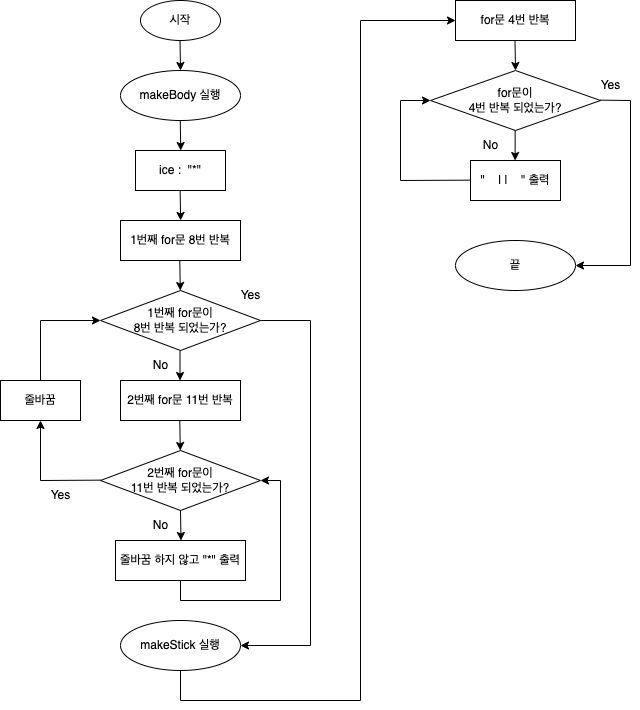
This is CodeStarterCamp_Week1/makeIcecream 순서도.png from yagom-academy/swift-starter-Round1, a draw.io export, as it was before one commit. Source tidied: cells renumbered, new cells last; positions are measured from the earlier drawing's top-left corner, leaving out a move shared by most shapes. The source it was exported from:
```xml
<mxGraphModel>
  <root>
    <mxCell id="0" />
    <mxCell id="1" parent="0" />
    <mxCell id="2" style="endArrow=classic;html=1;rounded=0;" parent="1" edge="1">
      <mxGeometry relative="1" as="geometry">
        <mxPoint x="179.5" y="40" as="sourcePoint" />
        <mxPoint x="180" y="70" as="targetPoint" />
      </mxGeometry>
    </mxCell>
    <mxCell id="3" style="endArrow=classic;html=1;rounded=0;" parent="1" edge="1">
      <mxGeometry relative="1" as="geometry">
        <mxPoint x="179.6" y="190" as="sourcePoint" />
        <mxPoint x="180.1" y="220" as="targetPoint" />
      </mxGeometry>
    </mxCell>
    <mxCell id="4" value="1번째 for문이 &lt;br&gt;8번 반복 되었는가?" style="rhombus;whiteSpace=wrap;html=1;" parent="1" vertex="1">
      <mxGeometry x="100" y="290" width="160" height="60" as="geometry" />
    </mxCell>
    <mxCell id="5" value="ice :&amp;nbsp; &quot;*&quot;" style="rounded=0;whiteSpace=wrap;html=1;" parent="1" vertex="1">
      <mxGeometry x="135" y="150" width="90" height="40" as="geometry" />
    </mxCell>
    <mxCell id="6" value="시작" style="ellipse;whiteSpace=wrap;html=1;" parent="1" vertex="1">
      <mxGeometry x="140" width="80" height="40" as="geometry" />
    </mxCell>
    <mxCell id="7" value="Yes" style="text;html=1;align=center;verticalAlign=middle;strokeColor=none;fillColor=none;" parent="1" vertex="1">
      <mxGeometry x="230" y="280" width="40" height="30" as="geometry" />
    </mxCell>
    <mxCell id="8" value="No" style="text;html=1;align=center;verticalAlign=middle;strokeColor=none;fillColor=none;" parent="1" vertex="1">
      <mxGeometry x="140" y="350" width="40" height="30" as="geometry" />
    </mxCell>
    <mxCell id="9" value="2번째 for문 11번 반복" style="rounded=0;whiteSpace=wrap;html=1;" parent="1" vertex="1">
      <mxGeometry x="120" y="380" width="120" height="40" as="geometry" />
    </mxCell>
    <mxCell id="10" style="endArrow=classic;html=1;rounded=0;" parent="1" edge="1">
      <mxGeometry relative="1" as="geometry">
        <mxPoint x="179.5" y="350" as="sourcePoint" />
        <mxPoint x="179.5" y="380" as="targetPoint" />
      </mxGeometry>
    </mxCell>
    <mxCell id="11" value="makeStick 실행" style="ellipse;whiteSpace=wrap;html=1;" parent="1" vertex="1">
      <mxGeometry x="120" y="620" width="120" height="50" as="geometry" />
    </mxCell>
    <mxCell id="12" style="endArrow=classic;html=1;rounded=0;" parent="1" edge="1">
      <mxGeometry relative="1" as="geometry">
        <mxPoint x="514.5" y="40" as="sourcePoint" />
        <mxPoint x="515" y="70" as="targetPoint" />
      </mxGeometry>
    </mxCell>
    <mxCell id="13" value="for문이 &lt;br&gt;4번 반복 되었는가?" style="rhombus;whiteSpace=wrap;html=1;" parent="1" vertex="1">
      <mxGeometry x="430" y="70" width="170" height="60" as="geometry" />
    </mxCell>
    <mxCell id="14" value="for문 4번 반복" style="rounded=0;whiteSpace=wrap;html=1;" parent="1" vertex="1">
      <mxGeometry x="455" width="120" height="40" as="geometry" />
    </mxCell>
    <mxCell id="15" value="No" style="text;html=1;align=center;verticalAlign=middle;strokeColor=none;fillColor=none;" parent="1" vertex="1">
      <mxGeometry x="470" y="130" width="40" height="30" as="geometry" />
    </mxCell>
    <mxCell id="16" value="Yes" style="text;html=1;align=center;verticalAlign=middle;strokeColor=none;fillColor=none;" parent="1" vertex="1">
      <mxGeometry x="590" y="70" width="40" height="30" as="geometry" />
    </mxCell>
    <mxCell id="17" value="&quot;&amp;nbsp; &amp;nbsp; | |&amp;nbsp; &amp;nbsp; &quot; 출력" style="rounded=0;whiteSpace=wrap;html=1;" parent="1" vertex="1">
      <mxGeometry x="470" y="160" width="90" height="40" as="geometry" />
    </mxCell>
    <mxCell id="18" style="endArrow=classic;html=1;rounded=0;" parent="1" edge="1">
      <mxGeometry relative="1" as="geometry">
        <mxPoint x="514.6" y="130" as="sourcePoint" />
        <mxPoint x="514.6" y="160" as="targetPoint" />
      </mxGeometry>
    </mxCell>
    <mxCell id="19" value="끝" style="ellipse;whiteSpace=wrap;html=1;" parent="1" vertex="1">
      <mxGeometry x="455" y="240" width="120" height="50" as="geometry" />
    </mxCell>
    <mxCell id="20" value="makeBody 실행" style="ellipse;whiteSpace=wrap;html=1;" parent="1" vertex="1">
      <mxGeometry x="120" y="70" width="120" height="50" as="geometry" />
    </mxCell>
    <mxCell id="21" style="endArrow=classic;html=1;rounded=0;" parent="1" edge="1">
      <mxGeometry relative="1" as="geometry">
        <mxPoint x="179.8" y="120" as="sourcePoint" />
        <mxPoint x="180.2" y="150" as="targetPoint" />
      </mxGeometry>
    </mxCell>
    <mxCell id="22" style="endArrow=classic;html=1;rounded=0;entryX=1;entryY=0.5;entryDx=0;entryDy=0;" parent="1" edge="1" target="11">
      <mxGeometry relative="1" as="geometry">
        <mxPoint x="260" y="320" as="sourcePoint" />
        <Array as="points">
          <mxPoint x="260" y="320" />
          <mxPoint x="310" y="320" />
          <mxPoint x="310" y="645" />
        </Array>
      </mxGeometry>
    </mxCell>
    <mxCell id="23" style="endArrow=classic;html=1;rounded=0;" parent="1" edge="1">
      <mxGeometry relative="1" as="geometry">
        <mxPoint x="179.3" y="420" as="sourcePoint" />
        <mxPoint x="179.8" y="450" as="targetPoint" />
      </mxGeometry>
    </mxCell>
    <mxCell id="24" value="2번째 for문이&lt;br&gt;11번 반복 되었는가?" style="rhombus;whiteSpace=wrap;html=1;" parent="1" vertex="1">
      <mxGeometry x="100" y="450" width="160" height="60" as="geometry" />
    </mxCell>
    <mxCell id="25" value="줄바꿈 하지 않고 &quot;*&quot; 출력" style="rounded=0;whiteSpace=wrap;html=1;" parent="1" vertex="1">
      <mxGeometry x="115" y="540" width="130" height="40" as="geometry" />
    </mxCell>
    <mxCell id="26" style="endArrow=classic;html=1;rounded=0;" parent="1" edge="1">
      <mxGeometry relative="1" as="geometry">
        <mxPoint x="180" y="510" as="sourcePoint" />
        <mxPoint x="180.5" y="540" as="targetPoint" />
      </mxGeometry>
    </mxCell>
    <mxCell id="27" value="No" style="text;html=1;align=center;verticalAlign=middle;strokeColor=none;fillColor=none;" parent="1" vertex="1">
      <mxGeometry x="140" y="510" width="40" height="30" as="geometry" />
    </mxCell>
    <mxCell id="28" style="endArrow=classic;html=1;rounded=0;entryX=0.5;entryY=1;entryDx=0;entryDy=0;" parent="1" edge="1" target="29">
      <mxGeometry relative="1" as="geometry">
        <mxPoint x="100" y="479.6" as="sourcePoint" />
        <Array as="points">
          <mxPoint x="40" y="480" />
        </Array>
      </mxGeometry>
    </mxCell>
    <mxCell id="29" value="줄바꿈" style="rounded=0;whiteSpace=wrap;html=1;" parent="1" vertex="1">
      <mxGeometry y="380" width="80" height="40" as="geometry" />
    </mxCell>
    <mxCell id="30" value="Yes" style="text;html=1;align=center;verticalAlign=middle;strokeColor=none;fillColor=none;" parent="1" vertex="1">
      <mxGeometry x="40" y="480" width="40" height="30" as="geometry" />
    </mxCell>
    <mxCell id="31" style="endArrow=classic;html=1;rounded=0;entryX=0;entryY=0.5;entryDx=0;entryDy=0;" parent="1" edge="1" target="4">
      <mxGeometry relative="1" as="geometry">
        <mxPoint x="40" y="380" as="sourcePoint" />
        <Array as="points">
          <mxPoint x="40" y="320" />
        </Array>
      </mxGeometry>
    </mxCell>
    <mxCell id="32" value="1번째 for문 8번 반복" style="rounded=0;whiteSpace=wrap;html=1;" parent="1" vertex="1">
      <mxGeometry x="120" y="220" width="120" height="40" as="geometry" />
    </mxCell>
    <mxCell id="33" style="endArrow=classic;html=1;rounded=0;" parent="1" edge="1">
      <mxGeometry relative="1" as="geometry">
        <mxPoint x="179.3" y="260" as="sourcePoint" />
        <mxPoint x="179.8" y="290" as="targetPoint" />
      </mxGeometry>
    </mxCell>
    <mxCell id="34" style="endArrow=classic;html=1;rounded=0;exitX=0.5;exitY=1;exitDx=0;exitDy=0;entryX=0;entryY=0.5;entryDx=0;entryDy=0;" parent="1" edge="1" source="11" target="14">
      <mxGeometry relative="1" as="geometry">
        <Array as="points">
          <mxPoint x="180" y="670" />
          <mxPoint x="180" y="700" />
          <mxPoint x="360" y="700" />
          <mxPoint x="360" y="20" />
        </Array>
      </mxGeometry>
    </mxCell>
    <mxCell id="35" style="endArrow=classic;html=1;rounded=0;exitX=0.5;exitY=1;exitDx=0;exitDy=0;entryX=1;entryY=0.5;entryDx=0;entryDy=0;" parent="1" edge="1" source="25" target="24">
      <mxGeometry relative="1" as="geometry">
        <Array as="points">
          <mxPoint x="180" y="600" />
          <mxPoint x="280" y="600" />
          <mxPoint x="280" y="480" />
        </Array>
      </mxGeometry>
    </mxCell>
    <mxCell id="36" style="endArrow=classic;html=1;rounded=0;entryX=1;entryY=0.5;entryDx=0;entryDy=0;" parent="1" edge="1" target="19">
      <mxGeometry relative="1" as="geometry">
        <mxPoint x="600" y="99.6" as="sourcePoint" />
        <Array as="points">
          <mxPoint x="630" y="100" />
          <mxPoint x="630" y="265" />
        </Array>
      </mxGeometry>
    </mxCell>
    <mxCell id="37" style="endArrow=classic;html=1;rounded=0;entryX=0;entryY=0.5;entryDx=0;entryDy=0;" parent="1" edge="1" target="13">
      <mxGeometry relative="1" as="geometry">
        <mxPoint x="470" y="179.6" as="sourcePoint" />
        <Array as="points">
          <mxPoint x="400" y="180" />
          <mxPoint x="400" y="100" />
        </Array>
      </mxGeometry>
    </mxCell>
  </root>
</mxGraphModel>
```
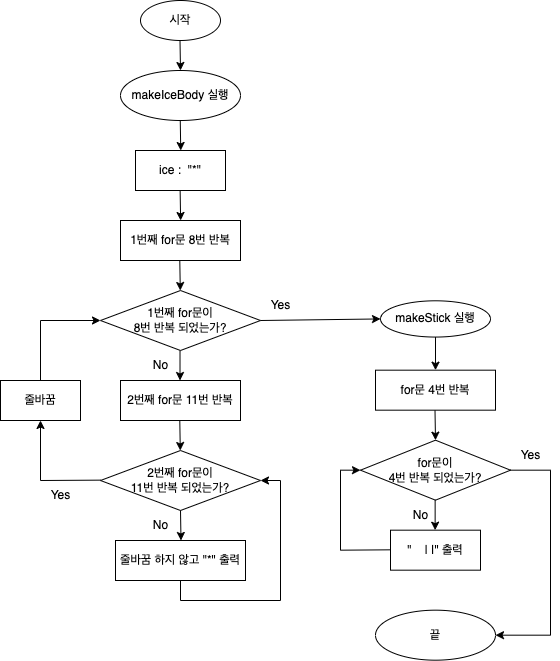
After the change.

Diff of the diagram source:
```diff
@@ -24,7 +24,7 @@
       <mxGeometry x="140" width="80" height="40" as="geometry" />
     </mxCell>
     <mxCell id="7" value="Yes" style="text;html=1;align=center;verticalAlign=middle;strokeColor=none;fillColor=none;" parent="1" vertex="1">
-      <mxGeometry x="230" y="280" width="40" height="30" as="geometry" />
+      <mxGeometry x="260" y="290" width="40" height="30" as="geometry" />
     </mxCell>
     <mxCell id="8" value="No" style="text;html=1;align=center;verticalAlign=middle;strokeColor=none;fillColor=none;" parent="1" vertex="1">
       <mxGeometry x="140" y="350" width="40" height="30" as="geometry" />
@@ -39,39 +39,39 @@
       </mxGeometry>
     </mxCell>
     <mxCell id="11" value="makeStick 실행" style="ellipse;whiteSpace=wrap;html=1;" parent="1" vertex="1">
-      <mxGeometry x="120" y="620" width="120" height="50" as="geometry" />
+      <mxGeometry x="380" y="300.3" width="110" height="36.2" as="geometry" />
     </mxCell>
     <mxCell id="12" style="endArrow=classic;html=1;rounded=0;" parent="1" edge="1">
       <mxGeometry relative="1" as="geometry">
-        <mxPoint x="514.5" y="40" as="sourcePoint" />
-        <mxPoint x="515" y="70" as="targetPoint" />
+        <mxPoint x="434.5" y="409.7" as="sourcePoint" />
+        <mxPoint x="435" y="439.7" as="targetPoint" />
       </mxGeometry>
     </mxCell>
     <mxCell id="13" value="for문이 &lt;br&gt;4번 반복 되었는가?" style="rhombus;whiteSpace=wrap;html=1;" parent="1" vertex="1">
-      <mxGeometry x="430" y="70" width="170" height="60" as="geometry" />
+      <mxGeometry x="360" y="439.7" width="150" height="60" as="geometry" />
     </mxCell>
     <mxCell id="14" value="for문 4번 반복" style="rounded=0;whiteSpace=wrap;html=1;" parent="1" vertex="1">
-      <mxGeometry x="455" width="120" height="40" as="geometry" />
+      <mxGeometry x="375" y="369.7" width="120" height="40" as="geometry" />
     </mxCell>
     <mxCell id="15" value="No" style="text;html=1;align=center;verticalAlign=middle;strokeColor=none;fillColor=none;" parent="1" vertex="1">
-      <mxGeometry x="470" y="130" width="40" height="30" as="geometry" />
+      <mxGeometry x="400" y="499.7" width="40" height="30" as="geometry" />
     </mxCell>
     <mxCell id="16" value="Yes" style="text;html=1;align=center;verticalAlign=middle;strokeColor=none;fillColor=none;" parent="1" vertex="1">
-      <mxGeometry x="590" y="70" width="40" height="30" as="geometry" />
+      <mxGeometry x="510" y="439.7" width="40" height="30" as="geometry" />
     </mxCell>
-    <mxCell id="17" value="&quot;&amp;nbsp; &amp;nbsp; | |&amp;nbsp; &amp;nbsp; &quot; 출력" style="rounded=0;whiteSpace=wrap;html=1;" parent="1" vertex="1">
-      <mxGeometry x="470" y="160" width="90" height="40" as="geometry" />
+    <mxCell id="17" value="&quot;&amp;nbsp; &amp;nbsp; | |&quot; 출력" style="rounded=0;whiteSpace=wrap;html=1;" parent="1" vertex="1">
+      <mxGeometry x="390" y="529.7" width="90" height="40" as="geometry" />
     </mxCell>
     <mxCell id="18" style="endArrow=classic;html=1;rounded=0;" parent="1" edge="1">
       <mxGeometry relative="1" as="geometry">
-        <mxPoint x="514.6" y="130" as="sourcePoint" />
-        <mxPoint x="514.6" y="160" as="targetPoint" />
+        <mxPoint x="434.6" y="499.7" as="sourcePoint" />
+        <mxPoint x="434.6" y="529.7" as="targetPoint" />
       </mxGeometry>
     </mxCell>
     <mxCell id="19" value="끝" style="ellipse;whiteSpace=wrap;html=1;" parent="1" vertex="1">
-      <mxGeometry x="455" y="240" width="120" height="50" as="geometry" />
+      <mxGeometry x="375" y="609.7" width="120" height="50" as="geometry" />
     </mxCell>
-    <mxCell id="20" value="makeBody 실행" style="ellipse;whiteSpace=wrap;html=1;" parent="1" vertex="1">
+    <mxCell id="20" value="makeIceBody 실행" style="ellipse;whiteSpace=wrap;html=1;" parent="1" vertex="1">
       <mxGeometry x="120" y="70" width="120" height="50" as="geometry" />
     </mxCell>
     <mxCell id="21" style="endArrow=classic;html=1;rounded=0;" parent="1" edge="1">
@@ -80,16 +80,6 @@
         <mxPoint x="180.2" y="150" as="targetPoint" />
       </mxGeometry>
     </mxCell>
-    <mxCell id="22" style="endArrow=classic;html=1;rounded=0;entryX=1;entryY=0.5;entryDx=0;entryDy=0;" parent="1" edge="1" target="11">
-      <mxGeometry relative="1" as="geometry">
-        <mxPoint x="260" y="320" as="sourcePoint" />
-        <Array as="points">
-          <mxPoint x="260" y="320" />
-          <mxPoint x="310" y="320" />
-          <mxPoint x="310" y="645" />
-        </Array>
-      </mxGeometry>
-    </mxCell>
     <mxCell id="23" style="endArrow=classic;html=1;rounded=0;" parent="1" edge="1">
       <mxGeometry relative="1" as="geometry">
         <mxPoint x="179.3" y="420" as="sourcePoint" />
@@ -142,15 +132,8 @@
         <mxPoint x="179.8" y="290" as="targetPoint" />
       </mxGeometry>
     </mxCell>
-    <mxCell id="34" style="endArrow=classic;html=1;rounded=0;exitX=0.5;exitY=1;exitDx=0;exitDy=0;entryX=0;entryY=0.5;entryDx=0;entryDy=0;" parent="1" edge="1" source="11" target="14">
-      <mxGeometry relative="1" as="geometry">
-        <Array as="points">
-          <mxPoint x="180" y="670" />
-          <mxPoint x="180" y="700" />
-          <mxPoint x="360" y="700" />
-          <mxPoint x="360" y="20" />
-        </Array>
-      </mxGeometry>
+    <mxCell id="34" style="endArrow=classic;html=1;rounded=0;exitX=0.5;exitY=1;exitDx=0;exitDy=0;entryX=0.5;entryY=0;entryDx=0;entryDy=0;" parent="1" edge="1" source="11" target="14">
+      <mxGeometry relative="1" as="geometry" />
     </mxCell>
     <mxCell id="35" style="endArrow=classic;html=1;rounded=0;exitX=0.5;exitY=1;exitDx=0;exitDy=0;entryX=1;entryY=0.5;entryDx=0;entryDy=0;" parent="1" edge="1" source="25" target="24">
       <mxGeometry relative="1" as="geometry">
@@ -163,21 +146,26 @@
     </mxCell>
     <mxCell id="36" style="endArrow=classic;html=1;rounded=0;entryX=1;entryY=0.5;entryDx=0;entryDy=0;" parent="1" edge="1" target="19">
       <mxGeometry relative="1" as="geometry">
-        <mxPoint x="600" y="99.6" as="sourcePoint" />
+        <mxPoint x="510" y="469.7" as="sourcePoint" />
         <Array as="points">
-          <mxPoint x="630" y="100" />
-          <mxPoint x="630" y="265" />
+          <mxPoint x="550" y="469.7" />
+          <mxPoint x="550" y="634.7" />
         </Array>
       </mxGeometry>
     </mxCell>
     <mxCell id="37" style="endArrow=classic;html=1;rounded=0;entryX=0;entryY=0.5;entryDx=0;entryDy=0;" parent="1" edge="1" target="13">
       <mxGeometry relative="1" as="geometry">
-        <mxPoint x="470" y="179.6" as="sourcePoint" />
+        <mxPoint x="390" y="549.3" as="sourcePoint" />
         <Array as="points">
-          <mxPoint x="400" y="180" />
-          <mxPoint x="400" y="100" />
+          <mxPoint x="340" y="549.7" />
+          <mxPoint x="340" y="469.7" />
         </Array>
       </mxGeometry>
     </mxCell>
+    <mxCell id="38" style="endArrow=classic;html=1;rounded=0;entryX=0;entryY=0.5;entryDx=0;entryDy=0;" parent="1" edge="1" target="11">
+      <mxGeometry relative="1" as="geometry">
+        <mxPoint x="260" y="320" as="sourcePoint" />
+      </mxGeometry>
+    </mxCell>
   </root>
 </mxGraphModel>
```
